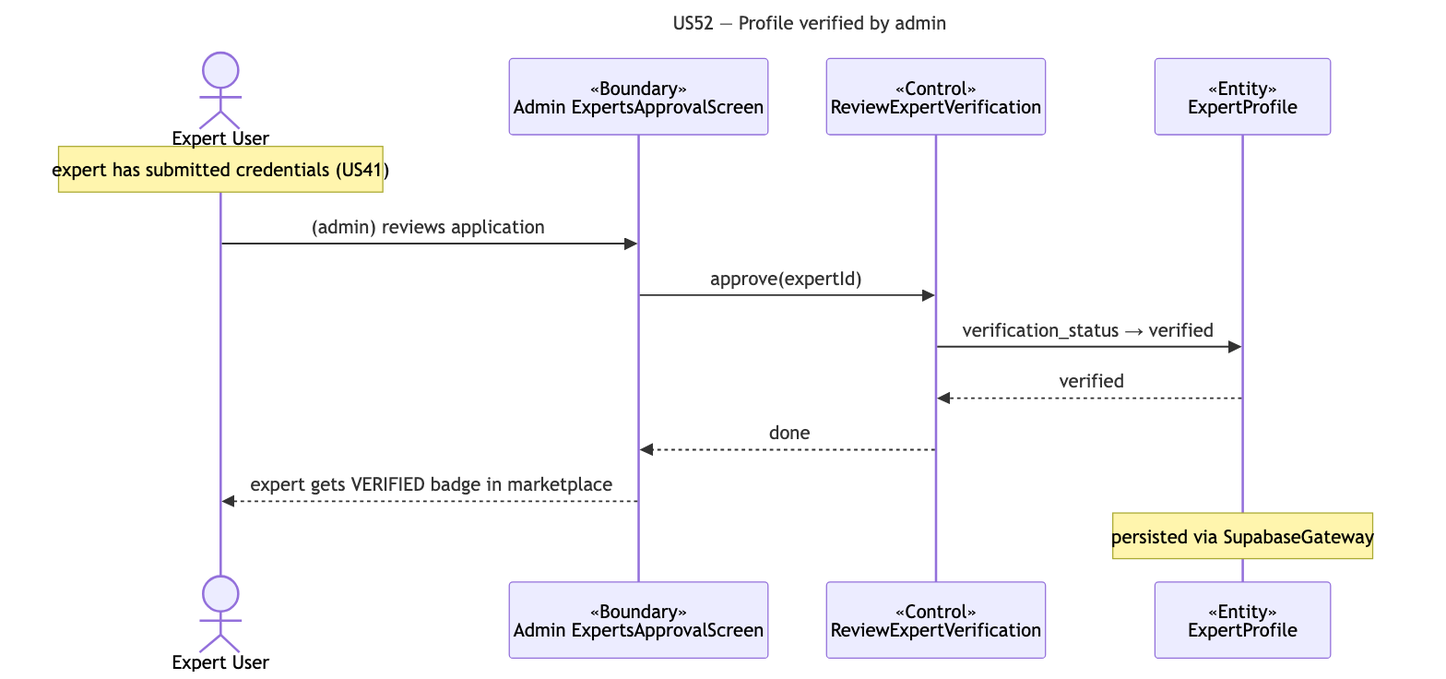
The Mermaid diagram docs/deliverables/sequence-diagrams/US52-get-verified.png in cyuanjun/FYP-26-S2-37-app, before a commit. Its source is kept beside it as docs/deliverables/sequence-diagrams/src/US52-get-verified.mmd.
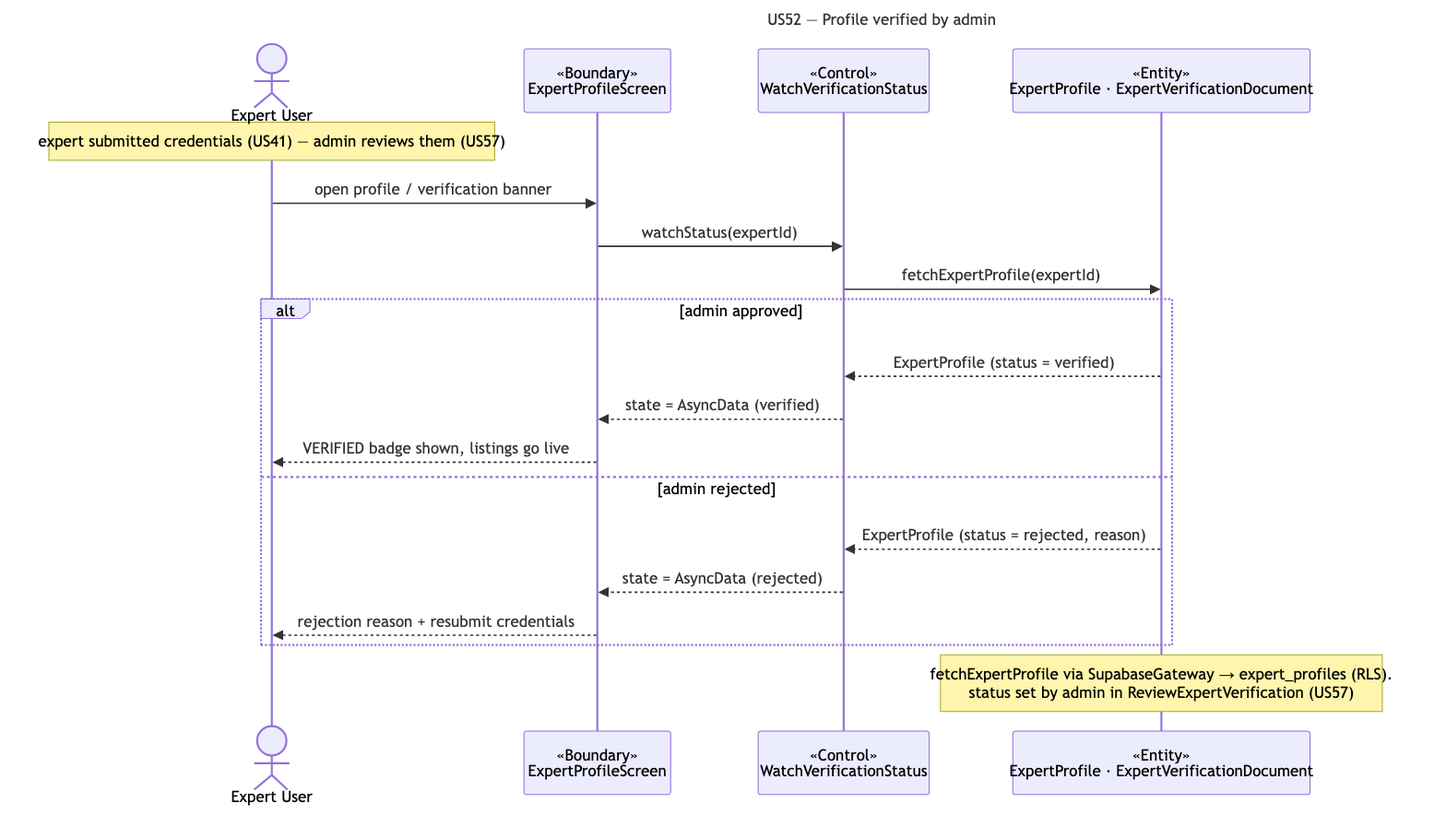
The same diagram one commit later.

Diff of the diagram source:
```diff
@@ -3,14 +3,20 @@
 ---
 sequenceDiagram
   actor A as Expert User
-  participant B as «Boundary»<br/>Admin ExpertsApprovalScreen
-  participant C as «Control»<br/>ReviewExpertVerification
-  participant E as «Entity»<br/>ExpertProfile
-  note over A: expert has submitted credentials (US41)
-  A->>B: (admin) reviews application
-  B->>C: approve(expertId)
-  C->>E: verification_status → verified
-  E-->>C: verified
-  C-->>B: done
-  B-->>A: expert gets VERIFIED badge in marketplace
-  note over E: persisted via SupabaseGateway
+  participant B as «Boundary»<br/>ExpertProfileScreen
+  participant C as «Control»<br/>WatchVerificationStatus
+  participant E as «Entity»<br/>ExpertProfile · ExpertVerificationDocument
+  note over A: expert submitted credentials (US41) — admin reviews them (US57)
+  A->>B: open profile / verification banner
+  B->>C: watchStatus(expertId)
+  C->>E: fetchExpertProfile(expertId)
+  alt admin approved
+    E-->>C: ExpertProfile (status = verified)
+    C-->>B: state = AsyncData (verified)
+    B-->>A: VERIFIED badge shown, listings go live
+  else admin rejected
+    E-->>C: ExpertProfile (status = rejected, reason)
+    C-->>B: state = AsyncData (rejected)
+    B-->>A: rejection reason + resubmit credentials
+  end
+  note over E: fetchExpertProfile via SupabaseGateway → expert_profiles (RLS).<br/>status set by admin in ReviewExpertVerification (US57)
```
